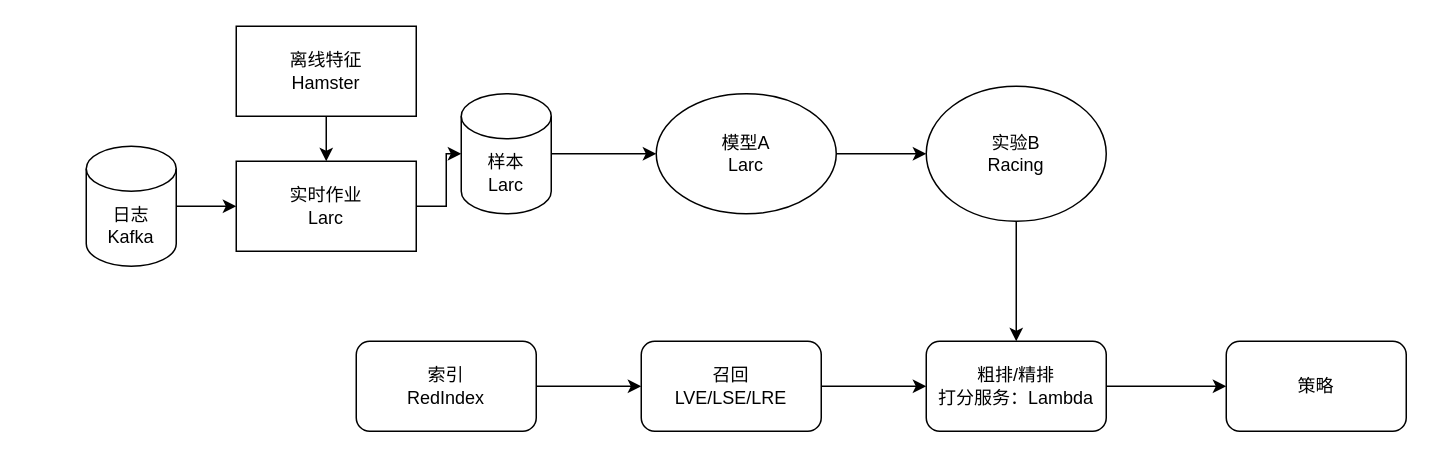
labud/pictures keeps this draw.io diagram as gravitino audit.drawio. Above is the earlier version. Source tidied: cells renumbered, new cells numbered last; positions are measured from the earlier drawing's top-left corner, leaving out a move shared by most shapes. Both pictures are drawn from the tidied source at 150%, with x=0, y=0 at pixel (86, 26).
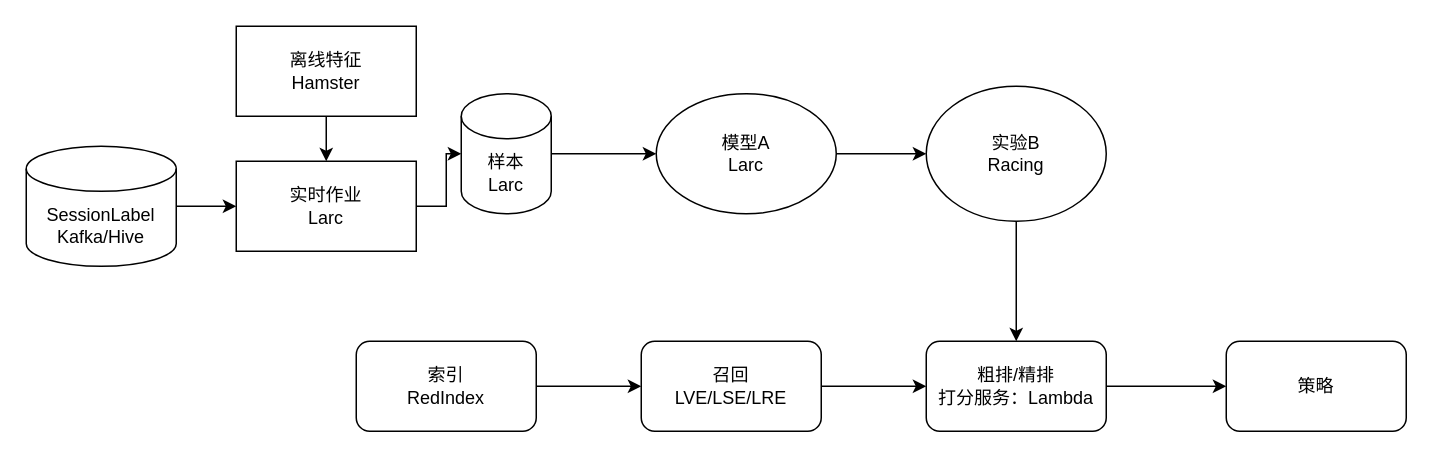
Above is the later version.

Diff of the diagram source:
```diff
@@
-    <mxCell id="20" value="日志&lt;div&gt;Kafka&lt;/div&gt;" style="shape=cylinder3;whiteSpace=wrap;html=1;boundedLbl=1;backgroundOutline=1;size=15;" parent="1" vertex="1">
-      <mxGeometry y="80" width="60" height="80" as="geometry" />
+    <mxCell id="20" value="SessionLabel&lt;div&gt;Kafka/Hive&lt;/div&gt;" style="shape=cylinder3;whiteSpace=wrap;html=1;boundedLbl=1;backgroundOutline=1;size=15;" parent="1" vertex="1">
+      <mxGeometry x="-40" y="80" width="100" height="80" as="geometry" />
     </mxCell>
```
